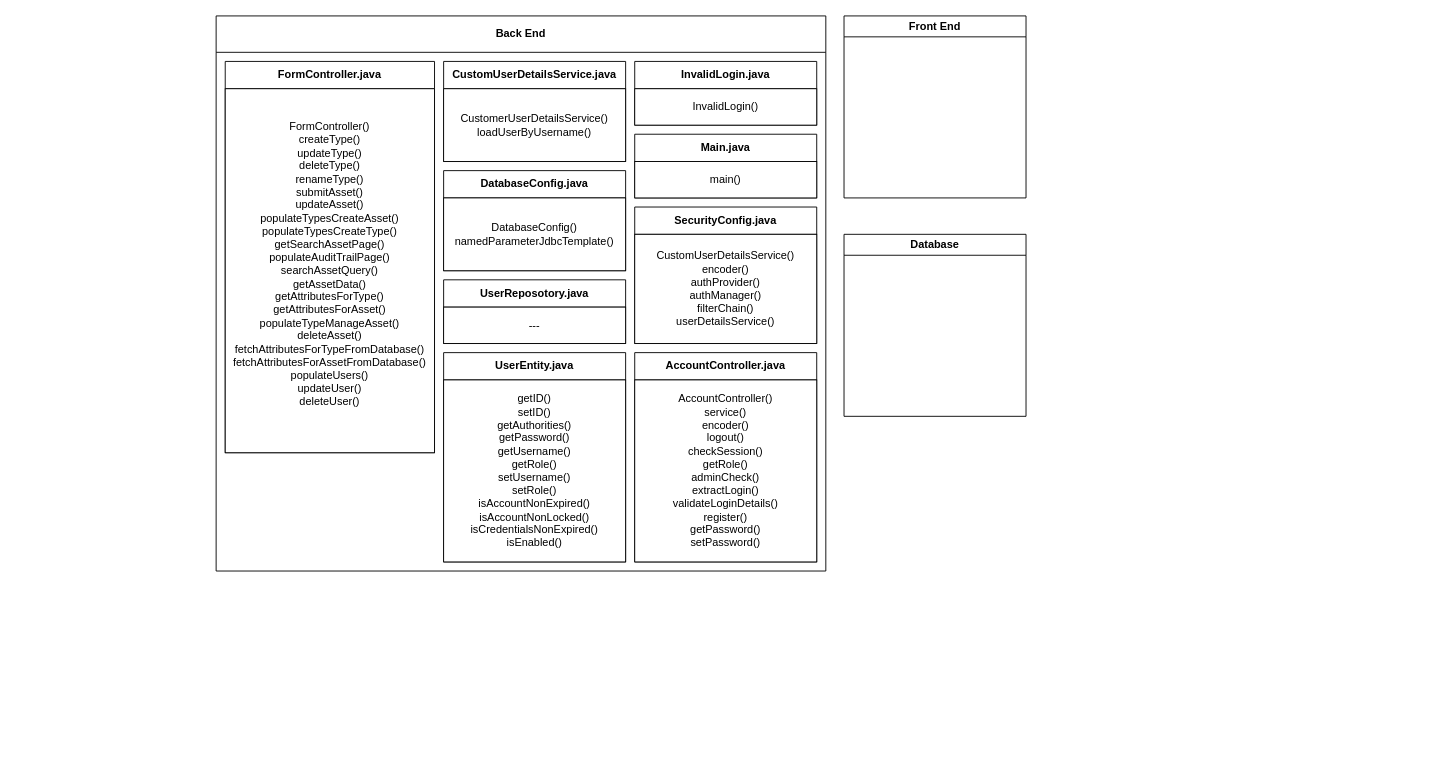
Before: Documents/UML_Package_Diagram.drawio in CharlotteKHL/Asset-Manager-Web-Application, a draw.io diagram. Source tidied: cells renumbered, new cells numbered last; positions are measured from the earlier drawing's top-left corner, leaving out a move shared by most shapes. Both pictures are drawn from the tidied source at 91%, with x=0, y=0 at pixel (216, 15).
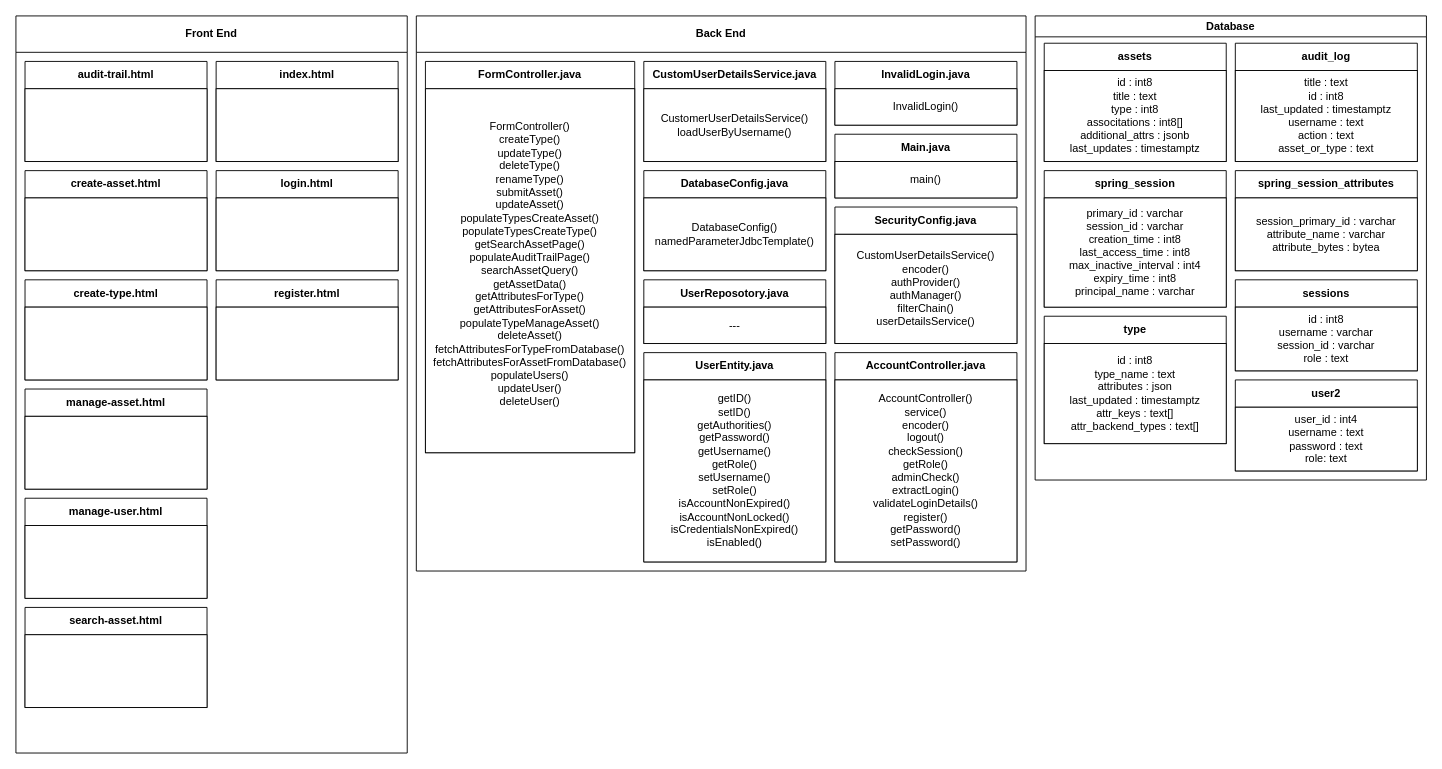
The same page after the edit.

Commit message:
complete database and start of front end section

The edit, as a diff of the source:
```diff
@@
     <mxCell id="2" value="Back End" style="swimlane;whiteSpace=wrap;html=1;startSize=40;" parent="1" vertex="1">
-      <mxGeometry width="670" height="610" as="geometry" />
+      <mxGeometry x="220" width="670" height="610" as="geometry" />
     </mxCell>
@@
-    <mxCell id="21" value="Front End" style="swimlane;whiteSpace=wrap;html=1;" parent="1" vertex="1">
-      <mxGeometry x="690" width="200" height="200" as="geometry" />
+    <mxCell id="21" value="Front End" style="swimlane;whiteSpace=wrap;html=1;startSize=40;" parent="1" vertex="1">
+      <mxGeometry x="-220" width="430" height="810" as="geometry" />
     </mxCell>
+    <mxCell id="23" value="index.html" style="swimlane;whiteSpace=wrap;html=1;startSize=30;" parent="21" vertex="1">
+      <mxGeometry x="220" y="50" width="200" height="110" as="geometry" />
+    </mxCell>
+    <mxCell id="24" style="whiteSpace=wrap;html=1;" parent="23" vertex="1">
+      <mxGeometry y="30" width="200" height="80" as="geometry" />
+    </mxCell>
+    <mxCell id="25" value="login.html" style="swimlane;whiteSpace=wrap;html=1;startSize=30;" parent="21" vertex="1">
+      <mxGeometry x="220" y="170" width="200" height="110" as="geometry" />
+    </mxCell>
+    <mxCell id="26" style="whiteSpace=wrap;html=1;" parent="25" vertex="1">
+      <mxGeometry y="30" width="200" height="80" as="geometry" />
+    </mxCell>
+    <mxCell id="27" value="register.html" style="swimlane;whiteSpace=wrap;html=1;startSize=30;" parent="21" vertex="1">
+      <mxGeometry x="220" y="290" width="200" height="110" as="geometry" />
+    </mxCell>
+    <mxCell id="28" style="whiteSpace=wrap;html=1;" parent="27" vertex="1">
+      <mxGeometry y="30" width="200" height="80" as="geometry" />
+    </mxCell>
+    <mxCell id="29" value="audit-trail.html" style="swimlane;whiteSpace=wrap;html=1;startSize=30;" parent="21" vertex="1">
+      <mxGeometry x="10" y="50" width="200" height="110" as="geometry" />
+    </mxCell>
+    <mxCell id="30" style="whiteSpace=wrap;html=1;" parent="29" vertex="1">
+      <mxGeometry y="30" width="200" height="80" as="geometry" />
+    </mxCell>
+    <mxCell id="31" value="create-asset.html" style="swimlane;whiteSpace=wrap;html=1;startSize=30;" parent="21" vertex="1">
+      <mxGeometry x="10" y="170" width="200" height="110" as="geometry" />
+    </mxCell>
+    <mxCell id="32" style="whiteSpace=wrap;html=1;" parent="31" vertex="1">
+      <mxGeometry y="30" width="200" height="80" as="geometry" />
+    </mxCell>
+    <mxCell id="33" value="create-type.html" style="swimlane;whiteSpace=wrap;html=1;startSize=30;" parent="21" vertex="1">
+      <mxGeometry x="10" y="290" width="200" height="110" as="geometry" />
+    </mxCell>
+    <mxCell id="34" style="whiteSpace=wrap;html=1;" parent="33" vertex="1">
+      <mxGeometry y="30" width="200" height="80" as="geometry" />
+    </mxCell>
+    <mxCell id="35" value="manage-asset.html" style="swimlane;whiteSpace=wrap;html=1;startSize=30;" parent="21" vertex="1">
+      <mxGeometry x="10" y="410" width="200" height="110" as="geometry" />
+    </mxCell>
+    <mxCell id="36" style="whiteSpace=wrap;html=1;" parent="35" vertex="1">
+      <mxGeometry y="30" width="200" height="80" as="geometry" />
+    </mxCell>
+    <mxCell id="37" value="manage-user.html" style="swimlane;whiteSpace=wrap;html=1;startSize=30;" parent="21" vertex="1">
+      <mxGeometry x="10" y="530" width="200" height="110" as="geometry" />
+    </mxCell>
+    <mxCell id="38" style="whiteSpace=wrap;html=1;" parent="37" vertex="1">
+      <mxGeometry y="30" width="200" height="80" as="geometry" />
+    </mxCell>
+    <mxCell id="39" value="search-asset.html" style="swimlane;whiteSpace=wrap;html=1;startSize=30;" parent="21" vertex="1">
+      <mxGeometry x="10" y="650" width="200" height="110" as="geometry" />
+    </mxCell>
+    <mxCell id="40" style="whiteSpace=wrap;html=1;" parent="39" vertex="1">
+      <mxGeometry y="30" width="200" height="80" as="geometry" />
+    </mxCell>
     <mxCell id="22" value="Database" style="swimlane;whiteSpace=wrap;html=1;" parent="1" vertex="1">
-      <mxGeometry x="690" y="240" width="200" height="200" as="geometry" />
+      <mxGeometry x="900" width="430" height="510" as="geometry" />
     </mxCell>
+    <mxCell id="41" value="assets" style="swimlane;whiteSpace=wrap;html=1;startSize=30;" parent="22" vertex="1">
+      <mxGeometry x="10" y="30" width="200" height="130" as="geometry" />
+    </mxCell>
+    <mxCell id="42" value="id : int8&lt;br&gt;title : text&lt;br&gt;type : int8&lt;br&gt;associtations : int8[]&lt;br&gt;additional_attrs : jsonb&lt;br&gt;last_updates : timestamptz" style="whiteSpace=wrap;html=1;" parent="41" vertex="1">
+      <mxGeometry y="30" width="200" height="100" as="geometry" />
+    </mxCell>
+    <mxCell id="43" value="audit_log" style="swimlane;whiteSpace=wrap;html=1;startSize=30;" parent="22" vertex="1">
+      <mxGeometry x="220" y="30" width="200" height="130" as="geometry" />
+    </mxCell>
+    <mxCell id="44" value="title : text&lt;br&gt;id : int8&lt;br&gt;last_updated : timestamptz&lt;br&gt;username : text&lt;br&gt;action : text&lt;br&gt;asset_or_type : text" style="whiteSpace=wrap;html=1;" parent="43" vertex="1">
+      <mxGeometry y="30" width="200" height="100" as="geometry" />
+    </mxCell>
+    <mxCell id="45" value="sessions" style="swimlane;whiteSpace=wrap;html=1;startSize=30;" parent="22" vertex="1">
+      <mxGeometry x="220" y="290" width="200" height="100" as="geometry" />
+    </mxCell>
+    <mxCell id="46" value="id : int8&lt;br&gt;username : varchar&lt;br&gt;session_id : varchar&lt;br&gt;role : text" style="whiteSpace=wrap;html=1;" parent="45" vertex="1">
+      <mxGeometry y="30" width="200" height="70" as="geometry" />
+    </mxCell>
+    <mxCell id="47" value="spring_session" style="swimlane;whiteSpace=wrap;html=1;startSize=30;" parent="22" vertex="1">
+      <mxGeometry x="10" y="170" width="200" height="150" as="geometry" />
+    </mxCell>
+    <mxCell id="48" value="primary_id : varchar&lt;br&gt;session_id : varchar&lt;br&gt;creation_time : int8&lt;br&gt;last_access_time : int8&lt;br&gt;max_inactive_interval : int4&lt;br&gt;expiry_time : int8&lt;br&gt;principal_name : varchar" style="whiteSpace=wrap;html=1;" parent="47" vertex="1">
+      <mxGeometry y="30" width="200" height="120" as="geometry" />
+    </mxCell>
+    <mxCell id="49" value="spring_session_attributes" style="swimlane;whiteSpace=wrap;html=1;startSize=30;" parent="22" vertex="1">
+      <mxGeometry x="220" y="170" width="200" height="110" as="geometry" />
+    </mxCell>
+    <mxCell id="50" value="session_primary_id : varchar&lt;br&gt;attribute_name : varchar&lt;br&gt;attribute_bytes : bytea" style="whiteSpace=wrap;html=1;" parent="49" vertex="1">
+      <mxGeometry y="30" width="200" height="80" as="geometry" />
+    </mxCell>
+    <mxCell id="51" value="type" style="swimlane;whiteSpace=wrap;html=1;startSize=30;" parent="22" vertex="1">
+      <mxGeometry x="10" y="330" width="200" height="140" as="geometry" />
+    </mxCell>
+    <mxCell id="52" value="id : int8&lt;br&gt;type_name : text&lt;br&gt;attributes : json&lt;br&gt;last_updated : timestamptz&lt;br&gt;attr_keys : text[]&lt;br&gt;attr_backend_types : text[]" style="whiteSpace=wrap;html=1;" parent="51" vertex="1">
+      <mxGeometry y="30" width="200" height="110" as="geometry" />
+    </mxCell>
+    <mxCell id="53" value="user2" style="swimlane;whiteSpace=wrap;html=1;startSize=30;" parent="22" vertex="1">
+      <mxGeometry x="220" y="400" width="200" height="100" as="geometry" />
+    </mxCell>
+    <mxCell id="54" value="user_id : int4&lt;br&gt;username : text&lt;br&gt;password : text&lt;br&gt;role: text" style="whiteSpace=wrap;html=1;" parent="53" vertex="1">
+      <mxGeometry y="30" width="200" height="70" as="geometry" />
+    </mxCell>
```
